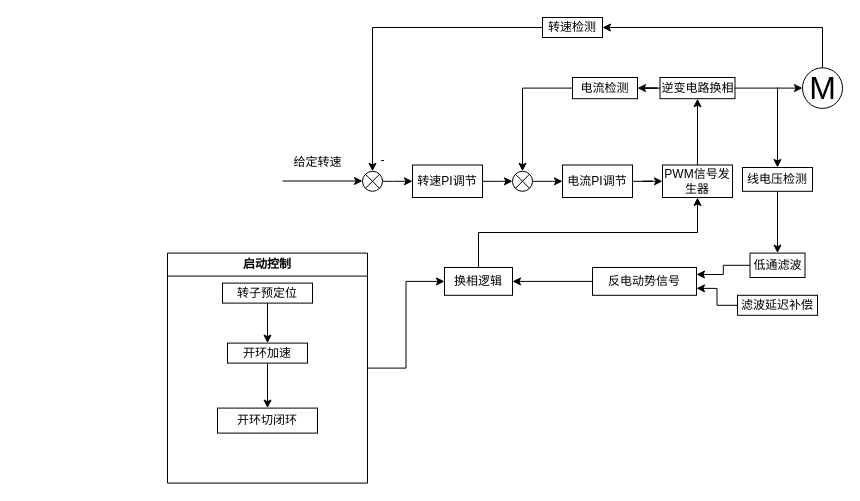
bjwddcm/Work keeps this draw.io diagram as BLDC/8.相关参考文档_BLDC研究/Visio/流程.drawio. Above is the earlier version. Source tidied: cells renumbered, new cells numbered last; positions are measured from the earlier drawing's top-left corner, leaving out a move shared by most shapes. Both pictures are drawn from the tidied source at 100%, with x=0, y=0 at pixel (167, 17).
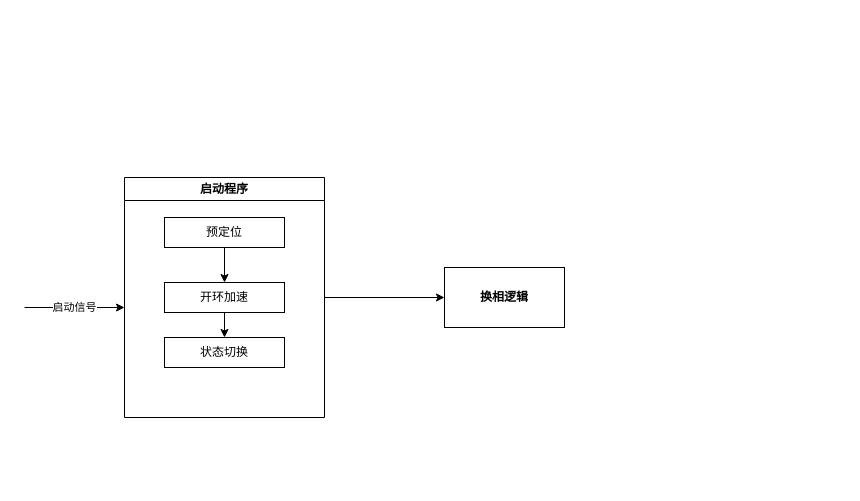
The same page after the edit.

What changed in the source:
```diff
@@
-    <mxCell id="2" style="endArrow=classic;html=1;rounded=0;" parent="1" edge="1">
-      <mxGeometry relative="1" as="geometry">
-        <mxPoint x="115" y="163.5" as="sourcePoint" />
-        <mxPoint x="195" y="163.5" as="targetPoint" />
-      </mxGeometry>
-    </mxCell>
-    <mxCell id="3" style="edgeStyle=orthogonalEdgeStyle;rounded=0;jettySize=auto;html=1;" parent="1" edge="1" source="4" target="7">
-      <mxGeometry relative="1" as="geometry">
-        <Array as="points">
-          <mxPoint x="225" y="164" />
-          <mxPoint x="225" y="164" />
-        </Array>
-      </mxGeometry>
-    </mxCell>
-    <mxCell id="4" style="shape=sumEllipse;perimeter=ellipsePerimeter;whiteSpace=wrap;html=1;backgroundOutline=1;" parent="1" vertex="1">
-      <mxGeometry x="195" y="153.8" width="20" height="20" as="geometry" />
-    </mxCell>
-    <mxCell id="5" value="给定转速" style="text;html=1;align=center;verticalAlign=middle;strokeColor=none;fillColor=none;" parent="1" vertex="1">
-      <mxGeometry x="115" y="130" width="70" height="30" as="geometry" />
-    </mxCell>
-    <mxCell id="6" style="edgeStyle=orthogonalEdgeStyle;rounded=0;jettySize=auto;html=1;" parent="1" edge="1" source="7" target="9">
-      <mxGeometry relative="1" as="geometry" />
-    </mxCell>
-    <mxCell id="7" value="转速PI调节" style="whiteSpace=wrap;html=1;" parent="1" vertex="1">
-      <mxGeometry x="245" y="147.5" width="70" height="32.5" as="geometry" />
-    </mxCell>
-    <mxCell id="8" style="edgeStyle=orthogonalEdgeStyle;rounded=0;jettySize=auto;html=1;" parent="1" edge="1" source="9" target="11">
-      <mxGeometry relative="1" as="geometry" />
-    </mxCell>
-    <mxCell id="9" style="shape=sumEllipse;perimeter=ellipsePerimeter;whiteSpace=wrap;html=1;backgroundOutline=1;" parent="1" vertex="1">
-      <mxGeometry x="345" y="153.8" width="20" height="20" as="geometry" />
-    </mxCell>
-    <mxCell id="10" style="edgeStyle=orthogonalEdgeStyle;rounded=0;jettySize=auto;html=1;" parent="1" edge="1" source="11" target="13">
-      <mxGeometry relative="1" as="geometry" />
-    </mxCell>
-    <mxCell id="11" value="电流PI调节" style="whiteSpace=wrap;html=1;" parent="1" vertex="1">
-      <mxGeometry x="395" y="147.5" width="70" height="32.5" as="geometry" />
-    </mxCell>
-    <mxCell id="12" style="edgeStyle=orthogonalEdgeStyle;rounded=0;jettySize=auto;html=1;" parent="1" edge="1" source="13" target="16">
-      <mxGeometry relative="1" as="geometry" />
-    </mxCell>
-    <mxCell id="13" value="PWM信号发生器" style="whiteSpace=wrap;html=1;" parent="1" vertex="1">
-      <mxGeometry x="495" y="147.5" width="70" height="32.5" as="geometry" />
-    </mxCell>
-    <mxCell id="14" style="edgeStyle=orthogonalEdgeStyle;rounded=0;jettySize=auto;html=1;" parent="1" edge="1" source="16" target="18">
-      <mxGeometry relative="1" as="geometry" />
-    </mxCell>
-    <mxCell id="15" style="edgeStyle=orthogonalEdgeStyle;rounded=0;jettySize=auto;html=1;entryX=0;entryY=0.5;entryDx=0;entryDy=0;" parent="1" edge="1" source="16" target="20">
-      <mxGeometry relative="1" as="geometry" />
-    </mxCell>
-    <mxCell id="16" value="逆变电路换相" style="whiteSpace=wrap;html=1;" parent="1" vertex="1">
-      <mxGeometry x="492.5" y="60" width="75" height="21.2" as="geometry" />
-    </mxCell>
-    <mxCell id="17" style="edgeStyle=orthogonalEdgeStyle;rounded=0;jettySize=auto;html=1;entryX=0.5;entryY=0;entryDx=0;entryDy=0;" parent="1" edge="1" source="18" target="9">
-      <mxGeometry relative="1" as="geometry" />
-    </mxCell>
-    <mxCell id="18" value="电流检测" style="whiteSpace=wrap;html=1;" parent="1" vertex="1">
-      <mxGeometry x="405" y="60" width="65" height="21.2" as="geometry" />
-    </mxCell>
-    <mxCell id="19" style="edgeStyle=orthogonalEdgeStyle;rounded=0;jettySize=auto;html=1;entryX=1;entryY=0.5;entryDx=0;entryDy=0;" parent="1" edge="1" source="20" target="22">
-      <mxGeometry relative="1" as="geometry">
-        <Array as="points">
-          <mxPoint x="655" y="10" />
-        </Array>
-      </mxGeometry>
-    </mxCell>
-    <mxCell id="20" value="M" style="verticalLabelPosition=middle;shadow=0;dashed=0;align=center;html=1;verticalAlign=middle;strokeWidth=1;shape=ellipse;fontSize=32;perimeter=ellipsePerimeter;" parent="1" vertex="1">
-      <mxGeometry x="635" y="50.3" width="40" height="40.6" as="geometry" />
-    </mxCell>
-    <mxCell id="21" style="edgeStyle=orthogonalEdgeStyle;rounded=0;jettySize=auto;html=1;exitX=0;exitY=0.5;exitDx=0;exitDy=0;entryX=0.5;entryY=0;entryDx=0;entryDy=0;" parent="1" edge="1" source="22" target="4">
-      <mxGeometry relative="1" as="geometry" />
-    </mxCell>
-    <mxCell id="22" value="转速检测" style="rounded=0;whiteSpace=wrap;html=1;" parent="1" vertex="1">
-      <mxGeometry x="375" width="60" height="20" as="geometry" />
-    </mxCell>
-    <mxCell id="23" value="-" style="text;html=1;align=center;verticalAlign=middle;strokeColor=none;fillColor=none;" parent="1" vertex="1">
-      <mxGeometry x="200" y="128" width="30" height="30" as="geometry" />
-    </mxCell>
-    <mxCell id="24" style="edgeStyle=orthogonalEdgeStyle;rounded=0;jettySize=auto;html=1;startArrow=classic;startFill=1;endArrow=none;endFill=0;" parent="1" edge="1" source="26">
-      <mxGeometry relative="1" as="geometry">
-        <mxPoint x="610" y="70" as="targetPoint" />
-      </mxGeometry>
-    </mxCell>
-    <mxCell id="25" style="edgeStyle=orthogonalEdgeStyle;rounded=0;jettySize=auto;html=1;" parent="1" edge="1" source="26" target="28">
-      <mxGeometry relative="1" as="geometry" />
-    </mxCell>
-    <mxCell id="26" value="线电压检测" style="whiteSpace=wrap;html=1;" parent="1" vertex="1">
-      <mxGeometry x="575" y="150" width="70" height="23.8" as="geometry" />
-    </mxCell>
-    <mxCell id="27" style="edgeStyle=orthogonalEdgeStyle;rounded=0;jettySize=auto;html=1;exitX=0;exitY=0.5;exitDx=0;exitDy=0;entryX=1;entryY=0.25;entryDx=0;entryDy=0;" parent="1" edge="1" source="28" target="30">
-      <mxGeometry relative="1" as="geometry" />
-    </mxCell>
-    <mxCell id="28" value="低通滤波" style="whiteSpace=wrap;html=1;" parent="1" vertex="1">
-      <mxGeometry x="582.5" y="235.6" width="55" height="24.4" as="geometry" />
-    </mxCell>
-    <mxCell id="29" style="edgeStyle=orthogonalEdgeStyle;rounded=0;jettySize=auto;html=1;exitX=0;exitY=0.5;exitDx=0;exitDy=0;entryX=1;entryY=0.5;entryDx=0;entryDy=0;" parent="1" edge="1" source="30" target="34">
-      <mxGeometry relative="1" as="geometry" />
-    </mxCell>
-    <mxCell id="30" value="反电动势信号" style="whiteSpace=wrap;html=1;" parent="1" vertex="1">
-      <mxGeometry x="425" y="250" width="104" height="27.8" as="geometry" />
-    </mxCell>
-    <mxCell id="31" style="edgeStyle=orthogonalEdgeStyle;rounded=0;jettySize=auto;html=1;entryX=1;entryY=0.75;entryDx=0;entryDy=0;" parent="1" edge="1" source="32" target="30">
-      <mxGeometry relative="1" as="geometry" />
-    </mxCell>
-    <mxCell id="32" value="滤波延迟补偿" style="whiteSpace=wrap;html=1;" parent="1" vertex="1">
-      <mxGeometry x="570" y="277.8" width="80" height="20" as="geometry" />
-    </mxCell>
-    <mxCell id="33" style="edgeStyle=orthogonalEdgeStyle;rounded=0;jettySize=auto;html=1;exitX=0.5;exitY=0;exitDx=0;exitDy=0;entryX=0.5;entryY=1;entryDx=0;entryDy=0;" parent="1" edge="1" source="34" target="13">
-      <mxGeometry relative="1" as="geometry" />
-    </mxCell>
+    <mxCell id="42" style="edgeStyle=orthogonalEdgeStyle;rounded=0;jettySize=auto;html=1;" parent="1" edge="1" source="43" target="34">
+      <mxGeometry relative="1" as="geometry" />
+    </mxCell>
+    <mxCell id="43" value="启动程序" style="swimlane;whiteSpace=wrap;html=1;" parent="1" vertex="1">
+      <mxGeometry x="-43" y="160" width="200" height="240" as="geometry" />
+    </mxCell>
+    <mxCell id="44" style="edgeStyle=orthogonalEdgeStyle;rounded=0;jettySize=auto;html=1;" parent="43" edge="1" source="45" target="40">
+      <mxGeometry relative="1" as="geometry" />
+    </mxCell>
+    <mxCell id="45" value="预定位" style="rounded=0;whiteSpace=wrap;html=1;" parent="43" vertex="1">
+      <mxGeometry x="40" y="40" width="120" height="30" as="geometry" />
+    </mxCell>
+    <mxCell id="40" value="开环加速" style="rounded=0;whiteSpace=wrap;html=1;" parent="43" vertex="1">
+      <mxGeometry x="40" y="105" width="120" height="30" as="geometry" />
+    </mxCell>
+    <mxCell id="46" value="状态切换" style="rounded=0;whiteSpace=wrap;html=1;" parent="43" vertex="1">
+      <mxGeometry x="40" y="160" width="120" height="30" as="geometry" />
+    </mxCell>
+    <mxCell id="47" style="edgeStyle=orthogonalEdgeStyle;rounded=0;jettySize=auto;html=1;" parent="43" edge="1" source="40" target="46">
+      <mxGeometry relative="1" as="geometry" />
+    </mxCell>
+    <mxCell id="48" value="启动信号" style="edgeStyle=none;orthogonalLoop=1;jettySize=auto;html=1;rounded=0;" parent="1" edge="1">
+      <mxGeometry relative="1" as="geometry">
+        <mxPoint x="-143" y="290" as="sourcePoint" />
+        <mxPoint x="-43" y="290" as="targetPoint" />
+      </mxGeometry>
+    </mxCell>
-    <mxCell id="34" value="换相逻辑" style="whiteSpace=wrap;html=1;" parent="1" vertex="1">
-      <mxGeometry x="277" y="250" width="68" height="27.8" as="geometry" />
+    <mxCell id="34" value="换相逻辑" style="whiteSpace=wrap;html=1;fontStyle=1;startSize=23;" parent="1" vertex="1">
+      <mxGeometry x="277" y="250" width="120" height="60" as="geometry" />
     </mxCell>
-    <mxCell id="35" style="edgeStyle=orthogonalEdgeStyle;rounded=0;jettySize=auto;html=1;exitX=1;exitY=0.5;exitDx=0;exitDy=0;" parent="1" edge="1" source="36" target="34">
-      <mxGeometry relative="1" as="geometry" />
-    </mxCell>
-    <mxCell id="36" value="启动控制" style="swimlane;whiteSpace=wrap;html=1;" parent="1" vertex="1">
-      <mxGeometry y="235.6" width="200" height="230" as="geometry" />
-    </mxCell>
-    <mxCell id="37" style="edgeStyle=orthogonalEdgeStyle;rounded=0;jettySize=auto;html=1;" parent="36" edge="1" source="38" target="40">
-      <mxGeometry relative="1" as="geometry" />
-    </mxCell>
-    <mxCell id="38" value="转子预定位" style="whiteSpace=wrap;html=1;" parent="36" vertex="1">
-      <mxGeometry x="55" y="30" width="90" height="20" as="geometry" />
-    </mxCell>
-    <mxCell id="39" style="edgeStyle=orthogonalEdgeStyle;rounded=0;jettySize=auto;html=1;" parent="36" edge="1" source="40" target="41">
-      <mxGeometry relative="1" as="geometry" />
-    </mxCell>
-    <mxCell id="40" value="开环加速" style="whiteSpace=wrap;html=1;" parent="36" vertex="1">
-      <mxGeometry x="60" y="90" width="80" height="20" as="geometry" />
-    </mxCell>
-    <mxCell id="41" value="开环切闭环" style="whiteSpace=wrap;html=1;" parent="36" vertex="1">
-      <mxGeometry x="50" y="155" width="100" height="25" as="geometry" />
-    </mxCell>
```
